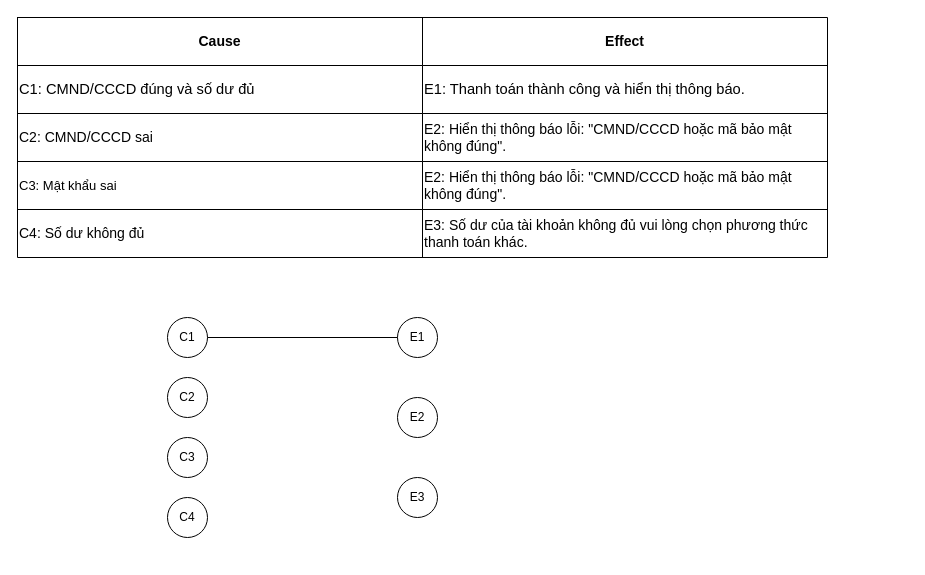
2001181338/ThietKePhanMem keeps this draw.io diagram as DoThiNhanQua_ThanhToan.drawio. Above is the earlier version. Source tidied: cells renumbered, new cells numbered last; positions are measured from the earlier drawing's top-left corner, leaving out a move shared by most shapes. Both pictures are drawn from the tidied source at 100%, with x=0, y=0 at pixel (17, 17).
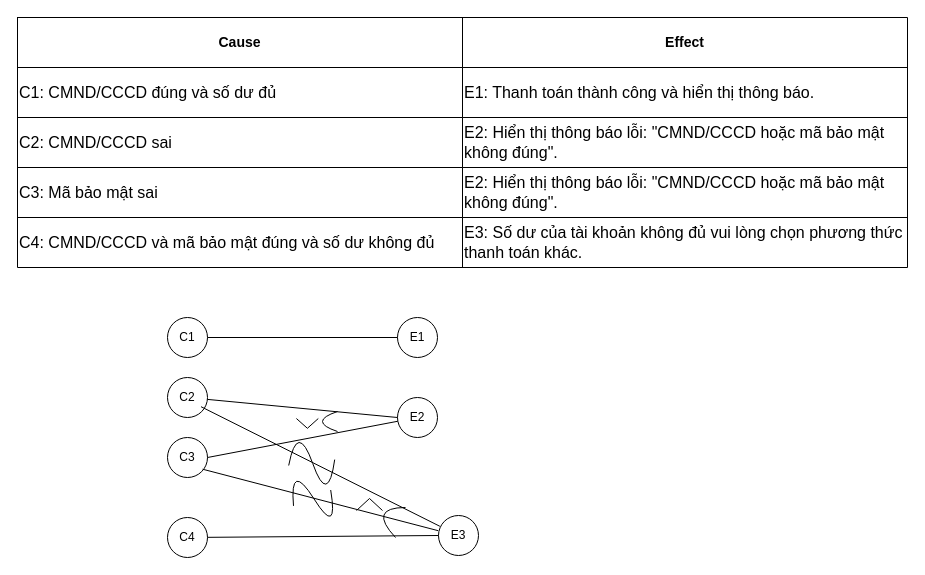
After the change.

Change to the diagram source:
```diff
@@
+    <mxCell id="21" value="E2" style="ellipse;whiteSpace=wrap;html=1;" parent="1" vertex="1">
+      <mxGeometry x="380" y="380" width="40" height="40" as="geometry" />
+    </mxCell>
+    <mxCell id="22" value="E3" style="ellipse;whiteSpace=wrap;html=1;" parent="1" vertex="1">
+      <mxGeometry x="421" y="498" width="40" height="40" as="geometry" />
+    </mxCell>
+    <mxCell id="23" value="C2" style="ellipse;whiteSpace=wrap;html=1;" parent="1" vertex="1">
+      <mxGeometry x="150" y="360" width="40" height="40" as="geometry" />
+    </mxCell>
+    <mxCell id="24" value="C3" style="ellipse;whiteSpace=wrap;html=1;" parent="1" vertex="1">
+      <mxGeometry x="150" y="420" width="40" height="40" as="geometry" />
+    </mxCell>
+    <mxCell id="25" value="C4" style="ellipse;whiteSpace=wrap;html=1;" parent="1" vertex="1">
+      <mxGeometry x="150" y="500" width="40" height="40" as="geometry" />
+    </mxCell>
+    <mxCell id="26" style="endArrow=none;html=1;rounded=0;entryX=0;entryY=0.5;entryDx=0;entryDy=0;" parent="1" edge="1" source="23" target="21">
+      <mxGeometry relative="1" as="geometry" />
+    </mxCell>
+    <mxCell id="27" style="endArrow=none;html=1;rounded=0;exitX=1;exitY=0.5;exitDx=0;exitDy=0;" parent="1" edge="1" source="24" target="21">
+      <mxGeometry relative="1" as="geometry" />
+    </mxCell>
+    <mxCell id="28" style="endArrow=none;html=1;rounded=0;entryX=0;entryY=0.5;entryDx=0;entryDy=0;" parent="1" edge="1" source="25" target="22">
+      <mxGeometry relative="1" as="geometry" />
+    </mxCell>
+    <mxCell id="29" style="group;rotation=15;" parent="1" vertex="1">
+      <mxGeometry x="187.9" y="375.5" width="222" height="77" as="geometry" />
+    </mxCell>
+    <mxCell id="30" style="curved=1;endArrow=0;html=1;rounded=0;" parent="29" edge="1">
+      <mxGeometry relative="1" as="geometry">
+        <mxPoint x="129.3" y="66.6" as="sourcePoint" />
+        <mxPoint x="83.3" y="72.5" as="targetPoint" />
+        <Array as="points">
+          <mxPoint x="122.7" y="113.7" />
+          <mxPoint x="92" y="27.4" />
+        </Array>
+      </mxGeometry>
+    </mxCell>
+    <mxCell id="31" style="endArrow=none;html=1;rounded=0;" parent="29" edge="1">
+      <mxGeometry relative="1" as="geometry">
+        <mxPoint x="-4.4" y="13.7" as="sourcePoint" />
+        <mxPoint x="234.5" y="133.3" as="targetPoint" />
+      </mxGeometry>
+    </mxCell>
+    <mxCell id="32" style="group;" parent="29" vertex="1">
+      <mxGeometry x="91" y="25.5" width="21.9" height="9.8" as="geometry" />
+    </mxCell>
+    <mxCell id="33" style="endArrow=none;html=1;rounded=0;fontSize=24;" parent="32" edge="1">
+      <mxGeometry relative="1" as="geometry">
+        <mxPoint x="11" y="9.8" as="sourcePoint" />
+        <mxPoint as="targetPoint" />
+      </mxGeometry>
+    </mxCell>
+    <mxCell id="34" style="endArrow=none;html=1;rounded=0;fontSize=24;" parent="32" edge="1">
+      <mxGeometry relative="1" as="geometry">
+        <mxPoint x="11" y="9.8" as="sourcePoint" />
+        <mxPoint x="21.9" as="targetPoint" />
+      </mxGeometry>
+    </mxCell>
+    <mxCell id="35" style="group;rotation=0;" parent="1" vertex="1">
+      <mxGeometry x="191" y="408" width="198" height="98" as="geometry" />
+    </mxCell>
+    <mxCell id="36" style="curved=1;endArrow=0;html=1;rounded=0;" parent="35" edge="1">
+      <mxGeometry relative="1" as="geometry">
+        <mxPoint x="122.2" y="64.5" as="sourcePoint" />
+        <mxPoint x="85" y="80.4" as="targetPoint" />
+        <Array as="points">
+          <mxPoint x="130" y="112.2" />
+          <mxPoint x="81.1" y="34.7" />
+        </Array>
+      </mxGeometry>
+    </mxCell>
+    <mxCell id="37" style="endArrow=none;html=1;rounded=0;" parent="35" edge="1">
+      <mxGeometry relative="1" as="geometry">
+        <mxPoint x="-5.9" y="43.7" as="sourcePoint" />
+        <mxPoint x="229.7" y="105.2" as="targetPoint" />
+      </mxGeometry>
+    </mxCell>
+    <mxCell id="38" style="group;" parent="35" vertex="1">
+      <mxGeometry x="148" y="73" width="26" height="12" as="geometry" />
+    </mxCell>
+    <mxCell id="39" style="endArrow=none;html=1;rounded=0;fontSize=24;" parent="38" edge="1">
+      <mxGeometry relative="1" as="geometry">
+        <mxPoint y="12" as="sourcePoint" />
+        <mxPoint x="13" as="targetPoint" />
+      </mxGeometry>
+    </mxCell>
+    <mxCell id="40" style="endArrow=none;html=1;rounded=0;fontSize=24;" parent="38" edge="1">
+      <mxGeometry relative="1" as="geometry">
+        <mxPoint x="26" y="12" as="sourcePoint" />
+        <mxPoint x="13" as="targetPoint" />
+      </mxGeometry>
+    </mxCell>
+    <mxCell id="41" style="curved=1;endArrow=0;html=1;rounded=0;" parent="1" edge="1">
+      <mxGeometry relative="1" as="geometry">
+        <mxPoint x="320" y="414" as="sourcePoint" />
+        <mxPoint x="320" y="394" as="targetPoint" />
+        <Array as="points">
+          <mxPoint x="290" y="404" />
+          <mxPoint x="320" y="394" />
+        </Array>
+      </mxGeometry>
+    </mxCell>
+    <mxCell id="42" style="curved=1;endArrow=0;html=1;rounded=0;" parent="1" edge="1">
+      <mxGeometry relative="1" as="geometry">
+        <mxPoint x="378" y="520" as="sourcePoint" />
+        <mxPoint x="388" y="490" as="targetPoint" />
+        <Array as="points">
+          <mxPoint x="350" y="490" />
+        </Array>
+      </mxGeometry>
+    </mxCell>
-    <mxCell id="5" style="shape=table;startSize=0;childLayout=tableLayout;fontFamily=Helvetica;fontSize=14;fontColor=default;fillColor=none;gradientColor=none;html=1;align=left;" parent="1" vertex="1">
-      <mxGeometry width="810" height="240" as="geometry" />
+    <mxCell id="5" style="shape=table;startSize=0;childLayout=tableLayout;fontFamily=Helvetica;fontSize=14;fontColor=default;fillColor=none;gradientColor=none;html=1;align=left;swimlaneFillColor=none;rounded=0;" parent="1" vertex="1">
+      <mxGeometry width="890" height="250" as="geometry" />
     </mxCell>
-    <mxCell id="6" style="shape=tableRow;horizontal=0;startSize=0;swimlaneHead=0;swimlaneBody=0;top=0;left=0;bottom=0;right=0;fillColor=none;fontFamily=Helvetica;fontSize=12;fontColor=default;html=1;" parent="5" vertex="1">
-      <mxGeometry width="810" height="48" as="geometry" />
+    <mxCell id="6" style="shape=tableRow;horizontal=0;startSize=0;swimlaneHead=0;swimlaneBody=0;top=0;left=0;bottom=0;right=0;fillColor=none;fontFamily=Helvetica;fontSize=16;fontColor=default;html=1;" parent="5" vertex="1">
+      <mxGeometry width="890" height="50" as="geometry" />
     </mxCell>
     <mxCell id="7" value="Cause" style="shape=partialRectangle;html=1;whiteSpace=wrap;overflow=hidden;fillColor=none;top=0;left=0;bottom=0;right=0;fontFamily=Helvetica;fontSize=14;fontColor=default;fontStyle=1;" parent="6" vertex="1">
-      <mxGeometry width="405" height="48" as="geometry" />
+      <mxGeometry width="445" height="50" as="geometry" />
     </mxCell>
     <mxCell id="8" value="Effect" style="shape=partialRectangle;html=1;whiteSpace=wrap;overflow=hidden;fillColor=none;top=0;left=0;bottom=0;right=0;fontFamily=Helvetica;fontSize=14;fontColor=default;fontStyle=1;" parent="6" vertex="1">
-      <mxGeometry x="405" width="405" height="48" as="geometry" />
+      <mxGeometry x="445" width="445" height="50" as="geometry" />
     </mxCell>
     <mxCell id="9" style="shape=tableRow;horizontal=0;startSize=0;swimlaneHead=0;swimlaneBody=0;top=0;left=0;bottom=0;right=0;fillColor=none;fontFamily=Helvetica;fontSize=12;fontColor=default;html=1;" parent="5" vertex="1">
-      <mxGeometry y="48" width="810" height="48" as="geometry" />
+      <mxGeometry y="50" width="890" height="50" as="geometry" />
     </mxCell>
-    <mxCell id="10" value="&lt;span style=&quot;font-family: &amp;quot;arial&amp;quot; ; font-size: 14.6667px&quot;&gt;C1: CMND/CCCD đúng và số dư đủ&lt;/span&gt;" style="shape=partialRectangle;html=1;whiteSpace=wrap;overflow=hidden;fillColor=none;top=0;left=0;bottom=0;right=0;fontFamily=Helvetica;fontSize=12;fontColor=default;align=left;" parent="9" vertex="1">
-      <mxGeometry width="405" height="48" as="geometry" />
+    <mxCell id="10" value="&lt;span style=&quot;font-family: arial; font-size: 16px;&quot;&gt;C1: CMND/CCCD đúng và số dư đủ&lt;/span&gt;" style="shape=partialRectangle;html=1;whiteSpace=wrap;overflow=hidden;fillColor=none;top=0;left=0;bottom=0;right=0;fontFamily=Helvetica;fontSize=16;fontColor=default;align=left;" parent="9" vertex="1">
+      <mxGeometry width="445" height="50" as="geometry" />
     </mxCell>
-    <mxCell id="11" value="&lt;span style=&quot;font-family: &amp;#34;arial&amp;#34; ; font-size: 14.6667px&quot;&gt;E1: Thanh toán thành công và hiển thị thông báo.&lt;/span&gt;" style="shape=partialRectangle;html=1;whiteSpace=wrap;overflow=hidden;fillColor=none;top=0;left=0;bottom=0;right=0;fontFamily=Helvetica;fontSize=12;fontColor=default;align=left;" parent="9" vertex="1">
-      <mxGeometry x="405" width="405" height="48" as="geometry" />
+    <mxCell id="11" value="&lt;span style=&quot;font-family: arial; font-size: 16px;&quot;&gt;E1: Thanh toán thành công và hiển thị thông báo.&lt;/span&gt;" style="shape=partialRectangle;html=1;whiteSpace=wrap;overflow=hidden;fillColor=none;top=0;left=0;bottom=0;right=0;fontFamily=Helvetica;fontSize=16;fontColor=default;align=left;" parent="9" vertex="1">
+      <mxGeometry x="445" width="445" height="50" as="geometry" />
     </mxCell>
     <mxCell id="12" style="shape=tableRow;horizontal=0;startSize=0;swimlaneHead=0;swimlaneBody=0;top=0;left=0;bottom=0;right=0;fillColor=none;fontFamily=Helvetica;fontSize=12;fontColor=default;html=1;" parent="5" vertex="1">
-      <mxGeometry y="96" width="810" height="48" as="geometry" />
+      <mxGeometry y="100" width="890" height="50" as="geometry" />
     </mxCell>
-    <mxCell id="13" value="C2: CMND/CCCD sai" style="shape=partialRectangle;html=1;whiteSpace=wrap;overflow=hidden;fillColor=none;top=0;left=0;bottom=0;right=0;fontFamily=Helvetica;fontSize=14;fontColor=default;align=left;" parent="12" vertex="1">
-      <mxGeometry width="405" height="48" as="geometry" />
+    <mxCell id="13" value="C2: CMND/CCCD sai" style="shape=partialRectangle;html=1;whiteSpace=wrap;overflow=hidden;fillColor=none;top=0;left=0;bottom=0;right=0;fontFamily=Helvetica;fontSize=16;fontColor=default;align=left;" parent="12" vertex="1">
+      <mxGeometry width="445" height="50" as="geometry" />
     </mxCell>
-    <mxCell id="14" value="E2: Hiển thị thông báo lỗi: &quot;CMND/CCCD hoặc mã bảo mật không đúng&quot;." style="shape=partialRectangle;html=1;whiteSpace=wrap;overflow=hidden;fillColor=none;top=0;left=0;bottom=0;right=0;fontFamily=Helvetica;fontSize=14;fontColor=default;align=left;" parent="12" vertex="1">
-      <mxGeometry x="405" width="405" height="48" as="geometry" />
+    <mxCell id="14" value="E2: Hiển thị thông báo lỗi: &quot;CMND/CCCD hoặc mã bảo mật không đúng&quot;." style="shape=partialRectangle;html=1;whiteSpace=wrap;overflow=hidden;fillColor=none;top=0;left=0;bottom=0;right=0;fontFamily=Helvetica;fontSize=16;fontColor=default;align=left;" parent="12" vertex="1">
+      <mxGeometry x="445" width="445" height="50" as="geometry" />
     </mxCell>
     <mxCell id="15" style="shape=tableRow;horizontal=0;startSize=0;swimlaneHead=0;swimlaneBody=0;top=0;left=0;bottom=0;right=0;fillColor=none;fontFamily=Helvetica;fontSize=12;fontColor=default;html=1;" parent="5" vertex="1">
-      <mxGeometry y="144" width="810" height="48" as="geometry" />
+      <mxGeometry y="150" width="890" height="50" as="geometry" />
     </mxCell>
-    <mxCell id="16" value="C3: Mật khẩu sai" style="shape=partialRectangle;html=1;whiteSpace=wrap;overflow=hidden;fillColor=none;top=0;left=0;bottom=0;right=0;fontFamily=Helvetica;fontSize=13;fontColor=default;align=left;" parent="15" vertex="1">
-      <mxGeometry width="405" height="48" as="geometry" />
+    <mxCell id="16" value="C3: Mã bảo mật sai" style="shape=partialRectangle;html=1;whiteSpace=wrap;overflow=hidden;fillColor=none;top=0;left=0;bottom=0;right=0;fontFamily=Helvetica;fontSize=16;fontColor=default;align=left;" parent="15" vertex="1">
+      <mxGeometry width="445" height="50" as="geometry" />
     </mxCell>
-    <mxCell id="17" value="&lt;span style=&quot;font-size: 14px&quot;&gt;E2: Hiển thị thông báo lỗi: &quot;CMND/CCCD hoặc mã bảo mật không đúng&quot;.&lt;/span&gt;" style="shape=partialRectangle;html=1;whiteSpace=wrap;overflow=hidden;fillColor=none;top=0;left=0;bottom=0;right=0;fontFamily=Helvetica;fontSize=12;fontColor=default;align=left;" parent="15" vertex="1">
-      <mxGeometry x="405" width="405" height="48" as="geometry" />
+    <mxCell id="17" value="&lt;span style=&quot;font-size: 16px;&quot;&gt;E2: Hiển thị thông báo lỗi: &quot;CMND/CCCD hoặc mã bảo mật không đúng&quot;.&lt;/span&gt;" style="shape=partialRectangle;html=1;whiteSpace=wrap;overflow=hidden;fillColor=none;top=0;left=0;bottom=0;right=0;fontFamily=Helvetica;fontSize=16;fontColor=default;align=left;" parent="15" vertex="1">
+      <mxGeometry x="445" width="445" height="50" as="geometry" />
     </mxCell>
     <mxCell id="18" style="shape=tableRow;horizontal=0;startSize=0;swimlaneHead=0;swimlaneBody=0;top=0;left=0;bottom=0;right=0;fillColor=none;fontFamily=Helvetica;fontSize=12;fontColor=default;html=1;" parent="5" vertex="1">
-      <mxGeometry y="192" width="810" height="48" as="geometry" />
+      <mxGeometry y="200" width="890" height="50" as="geometry" />
     </mxCell>
-    <mxCell id="19" value="C4: Số dư không đủ" style="shape=partialRectangle;html=1;whiteSpace=wrap;overflow=hidden;fillColor=none;top=0;left=0;bottom=0;right=0;fontFamily=Helvetica;fontSize=14;fontColor=default;align=left;" parent="18" vertex="1">
-      <mxGeometry width="405" height="48" as="geometry" />
+    <mxCell id="19" value="C4: CMND/CCCD và mã bảo mật đúng và số dư không đủ" style="shape=partialRectangle;html=1;whiteSpace=wrap;overflow=hidden;fillColor=none;top=0;left=0;bottom=0;right=0;fontFamily=Helvetica;fontSize=16;fontColor=default;align=left;" parent="18" vertex="1">
+      <mxGeometry width="445" height="50" as="geometry" />
     </mxCell>
-    <mxCell id="20" value="E3:&amp;nbsp;Số dư của tài khoản không đủ vui lòng chọn phương thức thanh toán khác." style="shape=partialRectangle;html=1;whiteSpace=wrap;overflow=hidden;fillColor=none;top=0;left=0;bottom=0;right=0;fontFamily=Helvetica;fontSize=14;fontColor=default;align=left;" parent="18" vertex="1">
-      <mxGeometry x="405" width="405" height="48" as="geometry" />
+    <mxCell id="20" value="E3:&amp;nbsp;Số dư của tài khoản không đủ vui lòng chọn phương thức thanh toán khác." style="shape=partialRectangle;html=1;whiteSpace=wrap;overflow=hidden;fillColor=none;top=0;left=0;bottom=0;right=0;fontFamily=Helvetica;fontSize=16;fontColor=default;align=left;" parent="18" vertex="1">
+      <mxGeometry x="445" width="445" height="50" as="geometry" />
     </mxCell>
-    <mxCell id="21" value="E2" style="ellipse;whiteSpace=wrap;html=1;" parent="1" vertex="1">
-      <mxGeometry x="380" y="380" width="40" height="40" as="geometry" />
-    </mxCell>
-    <mxCell id="22" value="E3" style="ellipse;whiteSpace=wrap;html=1;" parent="1" vertex="1">
-      <mxGeometry x="380" y="460" width="40" height="40" as="geometry" />
-    </mxCell>
-    <mxCell id="23" value="C2" style="ellipse;whiteSpace=wrap;html=1;" parent="1" vertex="1">
-      <mxGeometry x="150" y="360" width="40" height="40" as="geometry" />
-    </mxCell>
-    <mxCell id="24" value="C3" style="ellipse;whiteSpace=wrap;html=1;" parent="1" vertex="1">
-      <mxGeometry x="150" y="420" width="40" height="40" as="geometry" />
-    </mxCell>
-    <mxCell id="25" value="C4" style="ellipse;whiteSpace=wrap;html=1;" parent="1" vertex="1">
-      <mxGeometry x="150" y="480" width="40" height="40" as="geometry" />
-    </mxCell>
```
